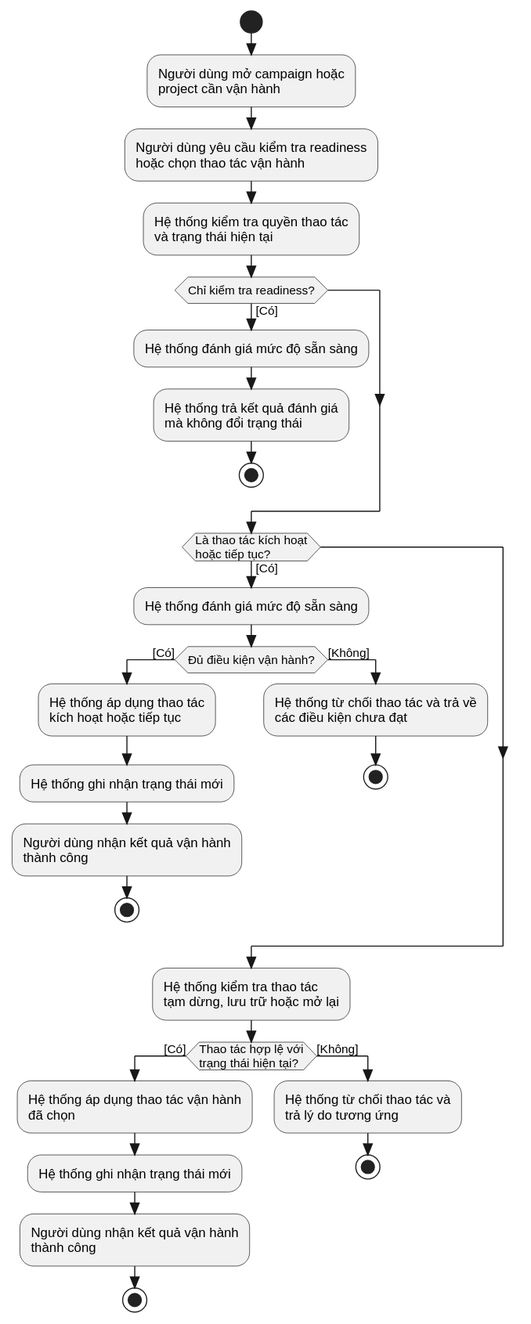
Before: final-report/images/chapter_4/puml/uc02-operate-monitoring-campaign-report.svg, a diagram exported from PlantUML (smap-hcmut/report).
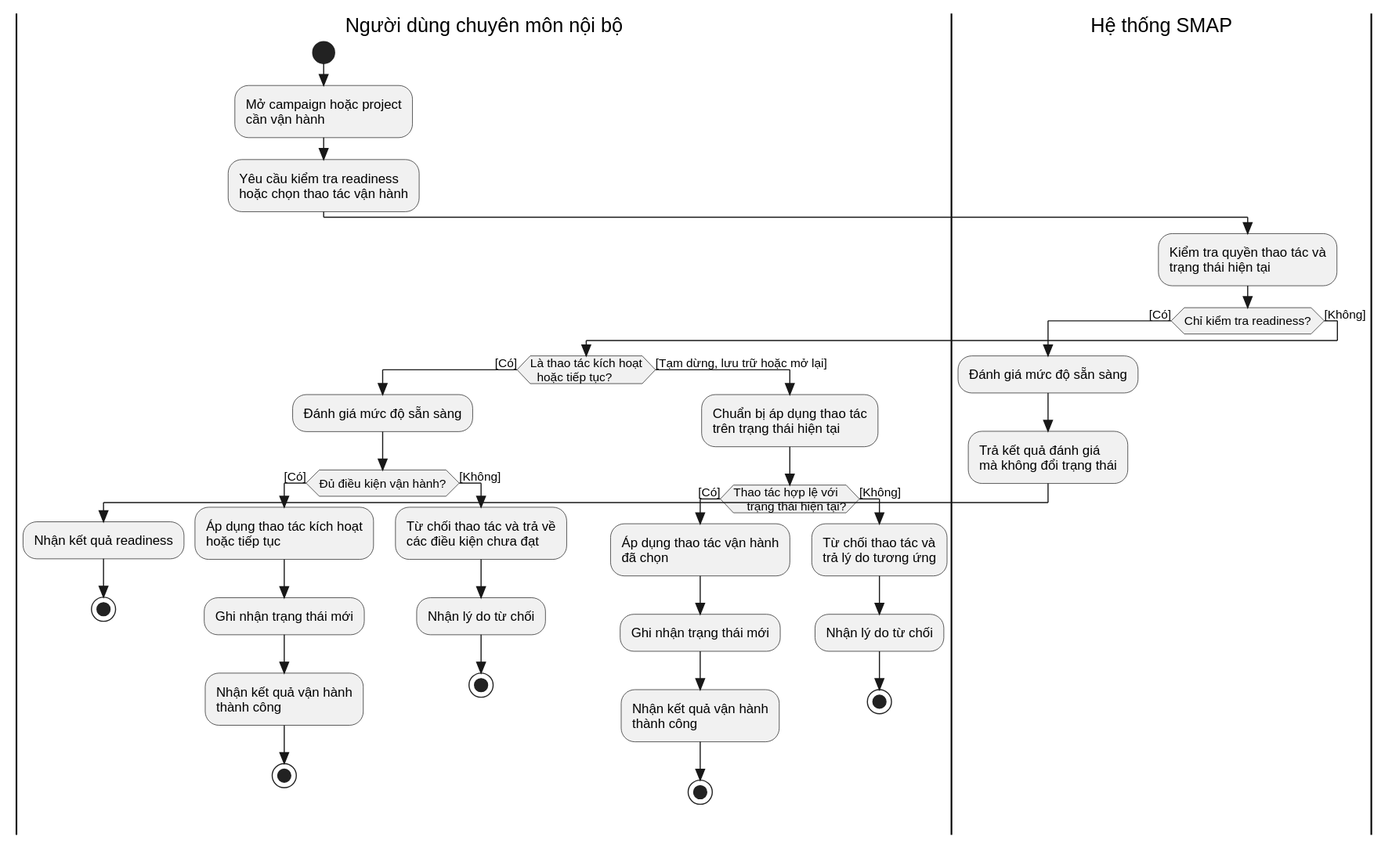
After the commit.

Change to the diagram source:
```diff
@@ -3,51 +3,62 @@
 skinparam shadowing false
 skinparam defaultFontName Arial
 
+|Người dùng chuyên môn nội bộ|
 start
-:Người dùng mở campaign hoặc
-project cần vận hành;
-:Người dùng yêu cầu kiểm tra readiness
+:Mở campaign hoặc project
+cần vận hành;
+:Yêu cầu kiểm tra readiness
 hoặc chọn thao tác vận hành;
-:Hệ thống kiểm tra quyền thao tác
-và trạng thái hiện tại;
+
+|Hệ thống SMAP|
+:Kiểm tra quyền thao tác và
+trạng thái hiện tại;
 
 if (Chỉ kiểm tra readiness?) then ([Có])
-  :Hệ thống đánh giá mức độ sẵn sàng;
-  :Hệ thống trả kết quả đánh giá
+  :Đánh giá mức độ sẵn sàng;
+  :Trả kết quả đánh giá
   mà không đổi trạng thái;
+  |Người dùng chuyên môn nội bộ|
+  :Nhận kết quả readiness;
   stop
-endif
-
-if (Là thao tác kích hoạt
-hoặc tiếp tục?) then ([Có])
-  :Hệ thống đánh giá mức độ sẵn sàng;
-  if (Đủ điều kiện vận hành?) then ([Có])
-    :Hệ thống áp dụng thao tác
-    kích hoạt hoặc tiếp tục;
-    :Hệ thống ghi nhận trạng thái mới;
-    :Người dùng nhận kết quả vận hành
-    thành công;
-    stop
-  else ([Không])
-    :Hệ thống từ chối thao tác và trả về
-    các điều kiện chưa đạt;
-    stop
+else ([Không])
+  if (Là thao tác kích hoạt
+  hoặc tiếp tục?) then ([Có])
+    :Đánh giá mức độ sẵn sàng;
+    if (Đủ điều kiện vận hành?) then ([Có])
+      :Áp dụng thao tác kích hoạt
+      hoặc tiếp tục;
+      :Ghi nhận trạng thái mới;
+      |Người dùng chuyên môn nội bộ|
+      :Nhận kết quả vận hành
+      thành công;
+      stop
+    else ([Không])
+      :Từ chối thao tác và trả về
+      các điều kiện chưa đạt;
+      |Người dùng chuyên môn nội bộ|
+      :Nhận lý do từ chối;
+      stop
+    endif
+  else ([Tạm dừng, lưu trữ hoặc mở lại])
+    :Chuẩn bị áp dụng thao tác
+    trên trạng thái hiện tại;
+    if (Thao tác hợp lệ với
+    trạng thái hiện tại?) then ([Có])
+      :Áp dụng thao tác vận hành
+      đã chọn;
+      :Ghi nhận trạng thái mới;
+      |Người dùng chuyên môn nội bộ|
+      :Nhận kết quả vận hành
+      thành công;
+      stop
+    else ([Không])
+      :Từ chối thao tác và
+      trả lý do tương ứng;
+      |Người dùng chuyên môn nội bộ|
+      :Nhận lý do từ chối;
+      stop
+    endif
   endif
 endif
-
-:Hệ thống kiểm tra thao tác
-tạm dừng, lưu trữ hoặc mở lại;
-if (Thao tác hợp lệ với
-trạng thái hiện tại?) then ([Có])
-  :Hệ thống áp dụng thao tác vận hành
-  đã chọn;
-  :Hệ thống ghi nhận trạng thái mới;
-  :Người dùng nhận kết quả vận hành
-  thành công;
-  stop
-else ([Không])
-  :Hệ thống từ chối thao tác và
-  trả lý do tương ứng;
-  stop
-endif
 @enduml
```
